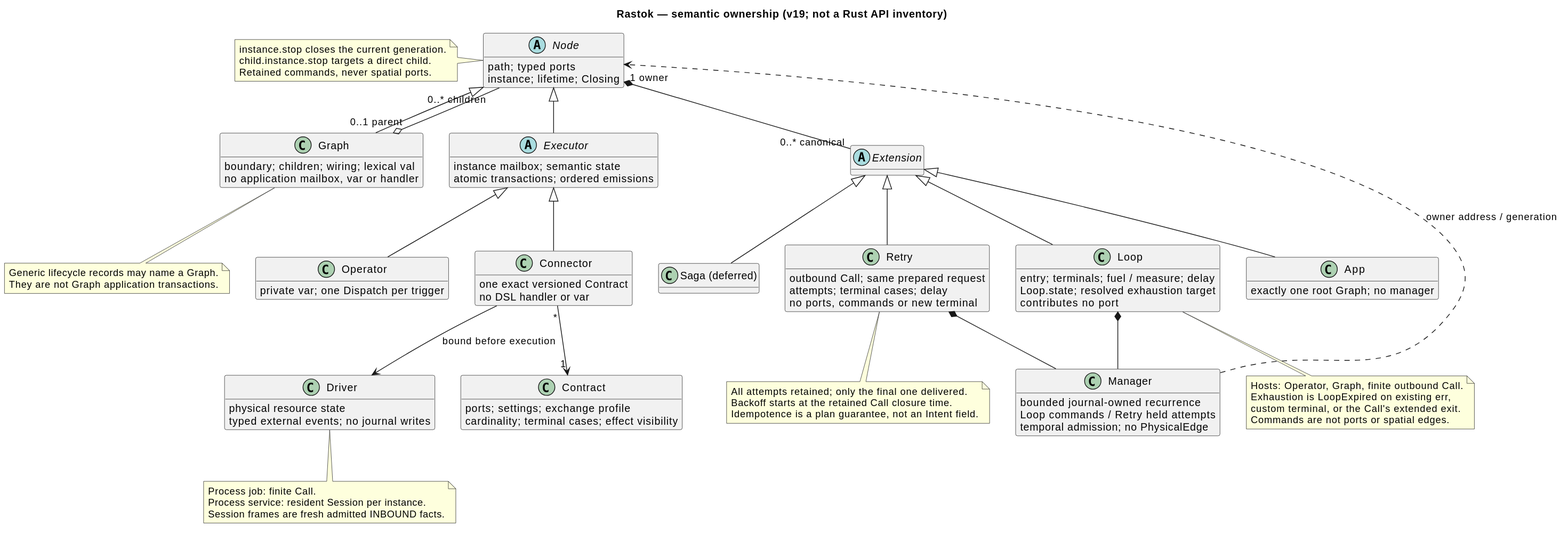
The PlantUML diagram docs/architecture/07-node-executor-extension.svg in rastok-io/rastok, before a commit.
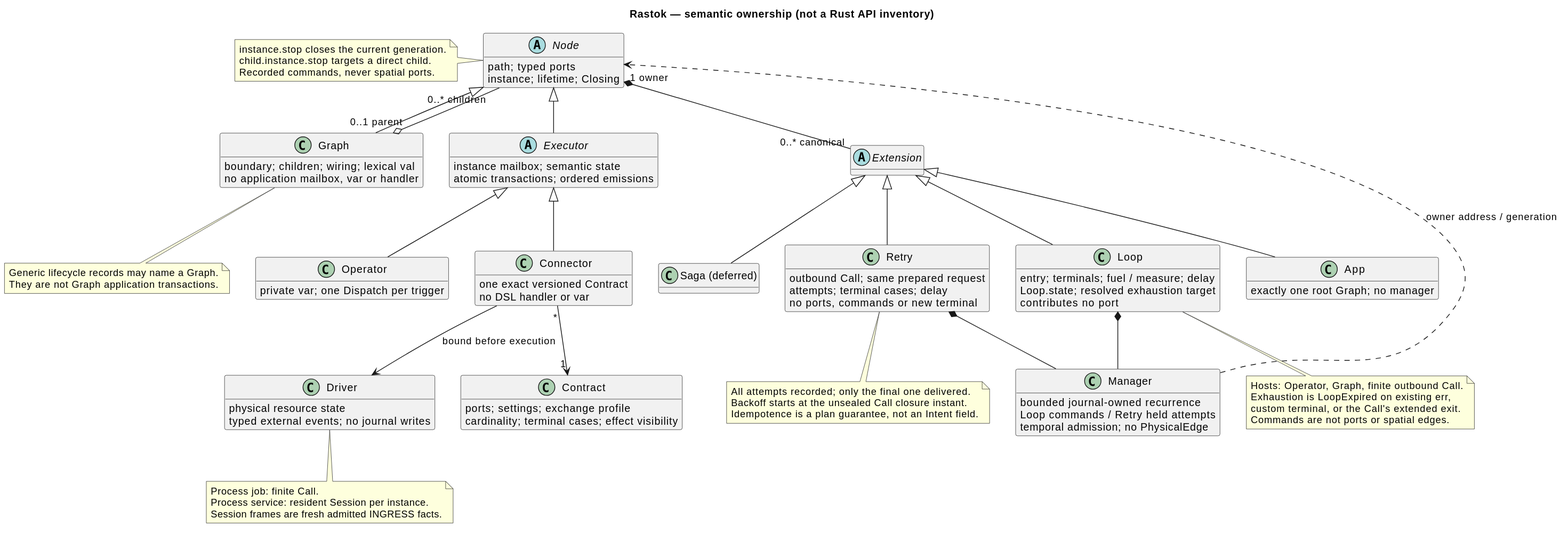
The same file after the commit.

The edit, as a diff of the source:
```diff
@@ -1,6 +1,6 @@
 @startuml
 skinparam backgroundColor white
-title Rastok — semantic ownership (v19; not a Rust API inventory)
+title Rastok — semantic ownership (not a Rust API inventory)
 skinparam shadowing false
 skinparam classAttributeIconSize 0
 hide empty methods
@@ -73,7 +73,7 @@
 note left of Node
 instance.stop closes the current generation.
 child.instance.stop targets a direct child.
-Retained commands, never spatial ports.
+Recorded commands, never spatial ports.
 end note
 note bottom of Graph
 Generic lifecycle records may name a Graph.
@@ -86,13 +86,13 @@
 Commands are not ports or spatial edges.
 end note
 note bottom of Retry
-All attempts retained; only the final one delivered.
-Backoff starts at the retained Call closure time.
+All attempts recorded; only the final one delivered.
+Backoff starts at the unsealed Call closure instant.
 Idempotence is a plan guarantee, not an Intent field.
 end note
 note bottom of Driver
 Process job: finite Call.
 Process service: resident Session per instance.
-Session frames are fresh admitted INBOUND facts.
+Session frames are fresh admitted INGRESS facts.
 end note
 @enduml
```
